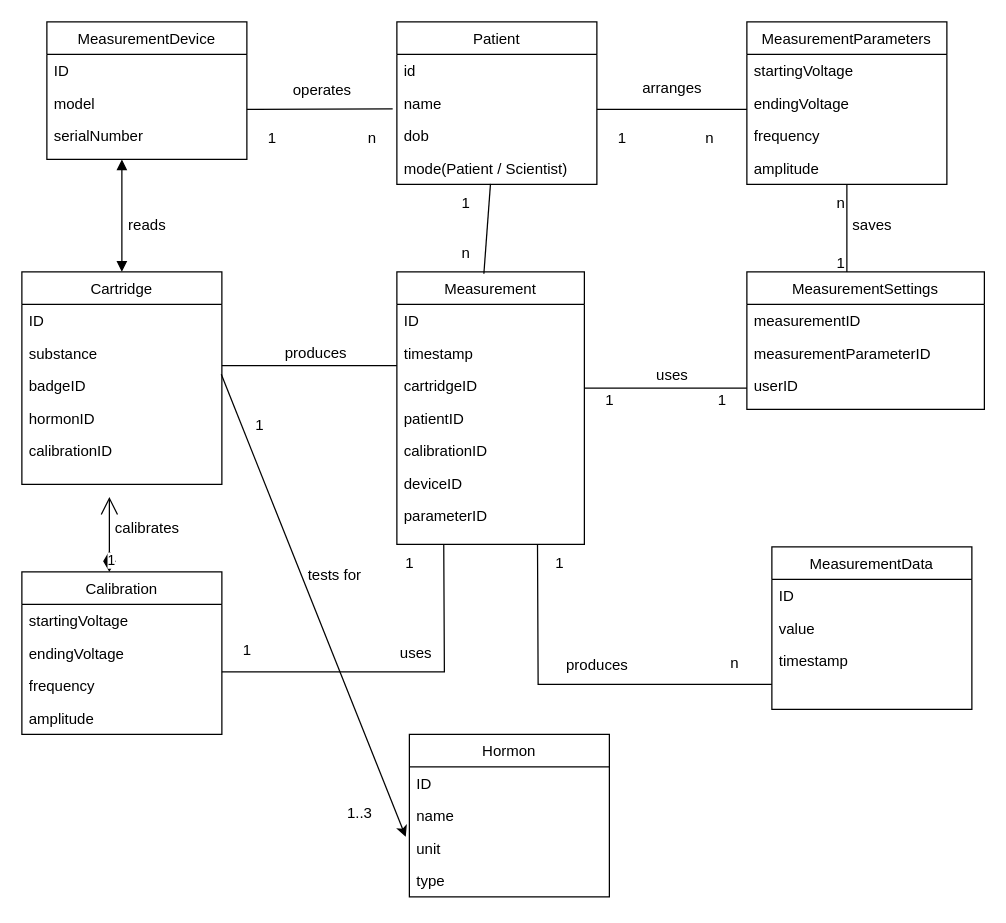
The draw.io diagram Kopie von Unbenanntes Diagramm.drawio in therubenation/SpringBootUpAndRunning, before the edit. Source tidied: cells renumbered, new cells numbered last; positions are measured from the earlier drawing's top-left corner, leaving out a move shared by most shapes. Both pictures are drawn from the tidied source at 125%, with x=0, y=0 at pixel (21, 21).
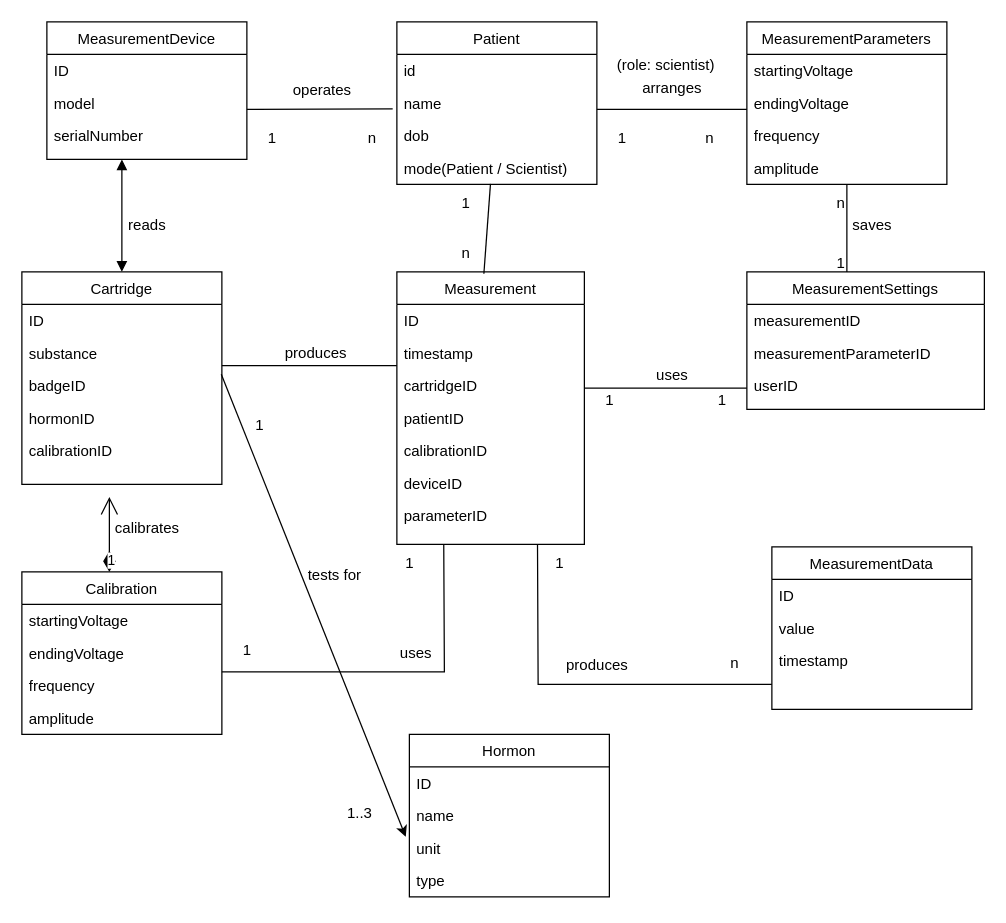
The same diagram, later.

Commit message:
added role:scientist in place of Role pattern

What changed in the source:
```diff
@@
+    <mxCell id="85" value="(role: scientist)" style="text;html=1;align=center;verticalAlign=middle;strokeColor=none;fillColor=none;" parent="1" vertex="1">
+      <mxGeometry x="465" y="20" width="100" height="30" as="geometry" />
+    </mxCell>
```
